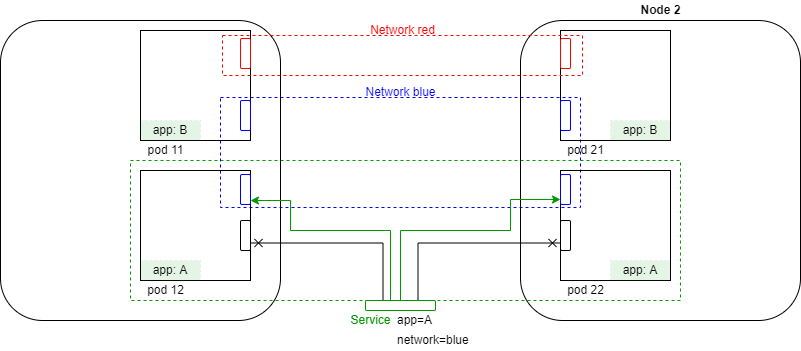
Above: img/multinet/multinet_service.png in projectcalico/vpp-dataplane (draw.io), before the change. Source tidied: cells renumbered, new cells last; positions are measured from the earlier drawing's top-left corner, leaving out a move shared by most shapes. Its diagram source:
```xml
<mxGraphModel>
  <root>
    <mxCell id="0" />
    <mxCell id="1" parent="0" />
    <mxCell id="2" style="rounded=0;whiteSpace=wrap;html=1;labelBackgroundColor=none;labelBorderColor=none;fontColor=none;strokeColor=#009900;fillColor=none;dashed=1;" parent="1" vertex="1">
      <mxGeometry x="130" y="160" width="550" height="140" as="geometry" />
    </mxCell>
    <mxCell id="3" style="rounded=0;whiteSpace=wrap;html=1;labelBackgroundColor=none;labelBorderColor=none;fontColor=none;strokeColor=#0000FF;fillColor=none;dashed=1;" parent="1" vertex="1">
      <mxGeometry x="220" y="97" width="360" height="110" as="geometry" />
    </mxCell>
    <mxCell id="4" style="rounded=1;whiteSpace=wrap;html=1;fillColor=none;" parent="1" vertex="1">
      <mxGeometry y="20" width="280" height="300" as="geometry" />
    </mxCell>
    <mxCell id="5" style="rounded=1;whiteSpace=wrap;html=1;fillColor=none;" parent="1" vertex="1">
      <mxGeometry x="520" y="20" width="280" height="300" as="geometry" />
    </mxCell>
    <mxCell id="6" value="Node 2" style="text;html=1;align=center;verticalAlign=middle;strokeColor=none;fillColor=none;fontStyle=1;fontSize=12;" parent="1" vertex="1">
      <mxGeometry x="630" width="60" height="20" as="geometry" />
    </mxCell>
    <mxCell id="7" style="whiteSpace=wrap;html=1;fillColor=none;" parent="1" vertex="1">
      <mxGeometry x="140" y="30" width="110" height="110" as="geometry" />
    </mxCell>
    <mxCell id="8" style="whiteSpace=wrap;html=1;fillColor=none;" parent="1" vertex="1">
      <mxGeometry x="140" y="170" width="110" height="110" as="geometry" />
    </mxCell>
    <mxCell id="9" style="whiteSpace=wrap;html=1;fillColor=none;" parent="1" vertex="1">
      <mxGeometry x="560" y="30" width="110" height="110" as="geometry" />
    </mxCell>
    <mxCell id="10" style="rounded=1;whiteSpace=wrap;html=1;fillColor=none;strokeColor=#0000FF;" parent="1" vertex="1">
      <mxGeometry x="240" y="100" width="10" height="30" as="geometry" />
    </mxCell>
    <mxCell id="11" style="rounded=1;whiteSpace=wrap;html=1;fillColor=none;strokeColor=#0000FF;" parent="1" vertex="1">
      <mxGeometry x="240" y="174" width="10" height="30" as="geometry" />
    </mxCell>
    <mxCell id="12" style="rounded=1;whiteSpace=wrap;html=1;fillColor=none;strokeColor=#0000FF;" parent="1" vertex="1">
      <mxGeometry x="560" y="100" width="10" height="30" as="geometry" />
    </mxCell>
    <mxCell id="13" value="&lt;font color=&quot;#0000ff&quot;&gt;Network blue&lt;/font&gt;" style="text;html=1;align=center;verticalAlign=middle;strokeColor=none;fillColor=none;fontColor=none;" parent="1" vertex="1">
      <mxGeometry x="355" y="82" width="90" height="20" as="geometry" />
    </mxCell>
    <mxCell id="14" value="pod 11" style="text;html=1;align=center;verticalAlign=middle;strokeColor=none;fillColor=none;" parent="1" vertex="1">
      <mxGeometry x="140" y="140" width="50" height="20" as="geometry" />
    </mxCell>
    <mxCell id="15" value="pod 12" style="text;html=1;align=center;verticalAlign=middle;strokeColor=none;fillColor=none;" parent="1" vertex="1">
      <mxGeometry x="140" y="280" width="50" height="20" as="geometry" />
    </mxCell>
    <mxCell id="16" value="pod 21" style="text;html=1;align=center;verticalAlign=middle;strokeColor=none;fillColor=none;" parent="1" vertex="1">
      <mxGeometry x="560" y="140" width="50" height="20" as="geometry" />
    </mxCell>
    <mxCell id="17" style="rounded=1;whiteSpace=wrap;html=1;fillColor=none;strokeColor=#FF0000;" parent="1" vertex="1">
      <mxGeometry x="240" y="38" width="10" height="30" as="geometry" />
    </mxCell>
    <mxCell id="18" style="rounded=1;whiteSpace=wrap;html=1;fillColor=none;strokeColor=#FF0000;" parent="1" vertex="1">
      <mxGeometry x="560" y="38" width="10" height="30" as="geometry" />
    </mxCell>
    <mxCell id="19" style="edgeStyle=orthogonalEdgeStyle;rounded=0;jettySize=auto;html=1;exitX=0.75;exitY=0;exitDx=0;exitDy=0;entryX=0;entryY=0.75;entryDx=0;entryDy=0;fontSize=12;fontColor=#009900;endArrow=cross;endFill=0;strokeColor=#000000;" parent="1" edge="1" source="22" target="28">
      <mxGeometry relative="1" as="geometry" />
    </mxCell>
    <mxCell id="20" style="edgeStyle=orthogonalEdgeStyle;rounded=0;jettySize=auto;html=1;exitX=0.25;exitY=0;exitDx=0;exitDy=0;entryX=1;entryY=0.75;entryDx=0;entryDy=0;fontSize=12;fontColor=#009900;endArrow=cross;endFill=0;strokeColor=#000000;" parent="1" edge="1" source="22" target="27">
      <mxGeometry relative="1" as="geometry" />
    </mxCell>
    <mxCell id="21" style="edgeStyle=orthogonalEdgeStyle;rounded=0;jettySize=auto;html=1;exitX=0.5;exitY=0;exitDx=0;exitDy=0;entryX=0;entryY=0.5;entryDx=0;entryDy=0;fontSize=12;fontColor=#009900;endArrow=classic;endFill=1;strokeColor=#009900;" parent="1" edge="1" source="22">
      <mxGeometry relative="1" as="geometry">
        <mxPoint x="560" y="199" as="targetPoint" />
        <Array as="points">
          <mxPoint x="400" y="230" />
          <mxPoint x="510" y="230" />
          <mxPoint x="510" y="199" />
        </Array>
      </mxGeometry>
    </mxCell>
    <mxCell id="22" style="rounded=1;whiteSpace=wrap;html=1;fillColor=none;strokeColor=#009900;" parent="1" vertex="1">
      <mxGeometry x="365" y="300" width="70" height="10" as="geometry" />
    </mxCell>
    <mxCell id="23" value="&lt;font color=&quot;#009900&quot;&gt;Service&lt;/font&gt;" style="text;html=1;align=center;verticalAlign=middle;strokeColor=none;fillColor=none;fontColor=none;" parent="1" vertex="1">
      <mxGeometry x="340" y="310" width="60" height="20" as="geometry" />
    </mxCell>
    <mxCell id="24" style="whiteSpace=wrap;html=1;fillColor=none;" parent="1" vertex="1">
      <mxGeometry x="560" y="170" width="110" height="110" as="geometry" />
    </mxCell>
    <mxCell id="25" value="pod 22" style="text;html=1;align=center;verticalAlign=middle;strokeColor=none;fillColor=none;" parent="1" vertex="1">
      <mxGeometry x="560" y="280" width="50" height="20" as="geometry" />
    </mxCell>
    <mxCell id="26" style="rounded=1;whiteSpace=wrap;html=1;fillColor=none;strokeColor=#0000FF;" parent="1" vertex="1">
      <mxGeometry x="560" y="174" width="10" height="30" as="geometry" />
    </mxCell>
    <mxCell id="27" style="rounded=1;whiteSpace=wrap;html=1;fillColor=none;strokeColor=#000000;" parent="1" vertex="1">
      <mxGeometry x="240" y="220" width="10" height="30" as="geometry" />
    </mxCell>
    <mxCell id="28" style="rounded=1;whiteSpace=wrap;html=1;fillColor=none;strokeColor=#000000;" parent="1" vertex="1">
      <mxGeometry x="560" y="220" width="10" height="30" as="geometry" />
    </mxCell>
    <mxCell id="29" style="edgeStyle=orthogonalEdgeStyle;rounded=0;orthogonalLoop=1;jettySize=auto;html=1;exitX=0.5;exitY=0;exitDx=0;exitDy=0;fontSize=12;fontColor=#009900;endArrow=classic;endFill=1;strokeColor=#009900;" parent="1" edge="1">
      <mxGeometry relative="1" as="geometry">
        <mxPoint x="390" y="300" as="sourcePoint" />
        <mxPoint x="250" y="200" as="targetPoint" />
        <Array as="points">
          <mxPoint x="390" y="230" />
          <mxPoint x="290" y="230" />
          <mxPoint x="290" y="200" />
        </Array>
      </mxGeometry>
    </mxCell>
    <mxCell id="30" value="network=blue" style="text;html=1;align=left;verticalAlign=middle;strokeColor=none;fillColor=none;fontColor=none;" parent="1" vertex="1">
      <mxGeometry x="395" y="330" width="90" height="20" as="geometry" />
    </mxCell>
    <mxCell id="31" value="app: B" style="rounded=0;whiteSpace=wrap;html=1;dashed=1;dashPattern=1 4;labelBackgroundColor=none;labelBorderColor=none;fontSize=12;fontColor=#000000;strokeColor=#000000;fillColor=#009900;gradientColor=none;opacity=10;" parent="1" vertex="1">
      <mxGeometry x="610" y="120" width="60" height="20" as="geometry" />
    </mxCell>
    <mxCell id="32" value="app: B" style="rounded=0;whiteSpace=wrap;html=1;dashed=1;dashPattern=1 4;labelBackgroundColor=none;labelBorderColor=none;fontSize=12;fontColor=#000000;strokeColor=#000000;fillColor=#009900;gradientColor=none;opacity=10;" parent="1" vertex="1">
      <mxGeometry x="140" y="120" width="60" height="20" as="geometry" />
    </mxCell>
    <mxCell id="33" value="app: A" style="rounded=0;whiteSpace=wrap;html=1;dashed=1;dashPattern=1 4;labelBackgroundColor=none;labelBorderColor=none;fontSize=12;fontColor=#000000;strokeColor=#000000;fillColor=#009900;gradientColor=none;opacity=10;" parent="1" vertex="1">
      <mxGeometry x="140" y="260" width="60" height="20" as="geometry" />
    </mxCell>
    <mxCell id="34" value="app: A" style="rounded=0;whiteSpace=wrap;html=1;dashed=1;dashPattern=1 4;labelBackgroundColor=none;labelBorderColor=none;fontSize=12;fontColor=#000000;strokeColor=#000000;fillColor=#009900;gradientColor=none;opacity=10;" parent="1" vertex="1">
      <mxGeometry x="610" y="260" width="60" height="20" as="geometry" />
    </mxCell>
    <mxCell id="35" value="app=A" style="text;html=1;align=left;verticalAlign=middle;strokeColor=none;fillColor=none;fontColor=none;" parent="1" vertex="1">
      <mxGeometry x="395" y="310" width="50" height="20" as="geometry" />
    </mxCell>
    <mxCell id="36" style="rounded=0;whiteSpace=wrap;html=1;labelBackgroundColor=none;labelBorderColor=none;fontColor=none;strokeColor=#FF0000;fillColor=none;dashed=1;" parent="1" vertex="1">
      <mxGeometry x="222" y="35" width="360" height="40" as="geometry" />
    </mxCell>
    <mxCell id="37" value="&lt;font color=&quot;#ff0000&quot;&gt;Network red&lt;/font&gt;" style="text;html=1;align=center;verticalAlign=middle;strokeColor=none;fillColor=none;fontColor=none;" parent="1" vertex="1">
      <mxGeometry x="362" y="20" width="80" height="20" as="geometry" />
    </mxCell>
  </root>
</mxGraphModel>
```
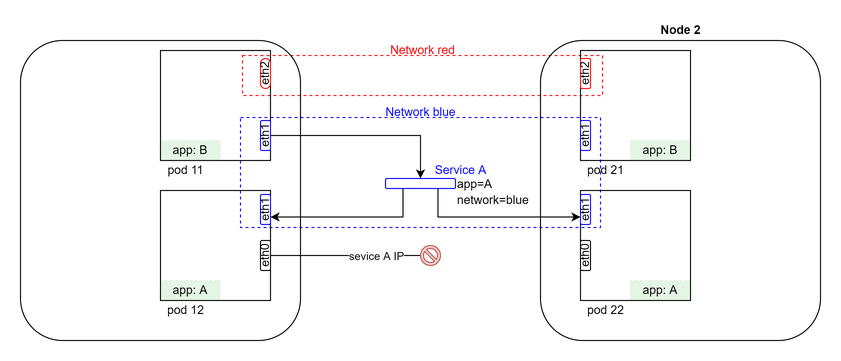
The same diagram one commit later.

Commit message:
improve multinet doc

What changed in the source:
```diff
@@ -2,9 +2,9 @@
   <root>
     <mxCell id="0" />
     <mxCell id="1" parent="0" />
-    <mxCell id="2" style="rounded=0;whiteSpace=wrap;html=1;labelBackgroundColor=none;labelBorderColor=none;fontColor=none;strokeColor=#009900;fillColor=none;dashed=1;" parent="1" vertex="1">
-      <mxGeometry x="130" y="160" width="550" height="140" as="geometry" />
-    </mxCell>
+    <mxCell id="36" style="rounded=0;whiteSpace=wrap;html=1;labelBackgroundColor=none;labelBorderColor=none;fontColor=none;strokeColor=#FF0000;fillColor=none;dashed=1;" parent="1" vertex="1">
+      <mxGeometry x="222" y="35" width="360" height="40" as="geometry" />
+    </mxCell>
     <mxCell id="3" style="rounded=0;whiteSpace=wrap;html=1;labelBackgroundColor=none;labelBorderColor=none;fontColor=none;strokeColor=#0000FF;fillColor=none;dashed=1;" parent="1" vertex="1">
       <mxGeometry x="220" y="97" width="360" height="110" as="geometry" />
     </mxCell>
@@ -26,13 +26,16 @@
     <mxCell id="9" style="whiteSpace=wrap;html=1;fillColor=none;" parent="1" vertex="1">
       <mxGeometry x="560" y="30" width="110" height="110" as="geometry" />
     </mxCell>
+    <mxCell id="38" style="edgeStyle=orthogonalEdgeStyle;rounded=0;jettySize=auto;html=1;exitX=1;exitY=0.5;exitDx=0;exitDy=0;" parent="1" edge="1" source="10" target="22">
+      <mxGeometry relative="1" as="geometry" />
+    </mxCell>
-    <mxCell id="10" style="rounded=1;whiteSpace=wrap;html=1;fillColor=none;strokeColor=#0000FF;" parent="1" vertex="1">
+    <mxCell id="10" value="eth1" style="rounded=1;whiteSpace=wrap;html=1;fillColor=none;strokeColor=#0000FF;horizontal=0;" parent="1" vertex="1">
       <mxGeometry x="240" y="100" width="10" height="30" as="geometry" />
     </mxCell>
-    <mxCell id="11" style="rounded=1;whiteSpace=wrap;html=1;fillColor=none;strokeColor=#0000FF;" parent="1" vertex="1">
+    <mxCell id="11" value="eth1" style="rounded=1;whiteSpace=wrap;html=1;fillColor=none;strokeColor=#0000FF;horizontal=0;" parent="1" vertex="1">
       <mxGeometry x="240" y="174" width="10" height="30" as="geometry" />
     </mxCell>
-    <mxCell id="12" style="rounded=1;whiteSpace=wrap;html=1;fillColor=none;strokeColor=#0000FF;" parent="1" vertex="1">
+    <mxCell id="12" value="eth1" style="rounded=1;whiteSpace=wrap;html=1;fillColor=none;strokeColor=#0000FF;horizontal=0;" parent="1" vertex="1">
       <mxGeometry x="560" y="100" width="10" height="30" as="geometry" />
     </mxCell>
     <mxCell id="13" value="&lt;font color=&quot;#0000ff&quot;&gt;Network blue&lt;/font&gt;" style="text;html=1;align=center;verticalAlign=middle;strokeColor=none;fillColor=none;fontColor=none;" parent="1" vertex="1">
@@ -47,33 +50,23 @@
     <mxCell id="16" value="pod 21" style="text;html=1;align=center;verticalAlign=middle;strokeColor=none;fillColor=none;" parent="1" vertex="1">
       <mxGeometry x="560" y="140" width="50" height="20" as="geometry" />
     </mxCell>
-    <mxCell id="17" style="rounded=1;whiteSpace=wrap;html=1;fillColor=none;strokeColor=#FF0000;" parent="1" vertex="1">
+    <mxCell id="17" value="eth2" style="rounded=1;whiteSpace=wrap;html=1;fillColor=none;strokeColor=#FF0000;horizontal=0;arcSize=50;" parent="1" vertex="1">
       <mxGeometry x="240" y="38" width="10" height="30" as="geometry" />
     </mxCell>
-    <mxCell id="18" style="rounded=1;whiteSpace=wrap;html=1;fillColor=none;strokeColor=#FF0000;" parent="1" vertex="1">
+    <mxCell id="18" value="eth2" style="rounded=1;whiteSpace=wrap;html=1;fillColor=none;strokeColor=#FF0000;horizontal=0;" parent="1" vertex="1">
       <mxGeometry x="560" y="38" width="10" height="30" as="geometry" />
     </mxCell>
-    <mxCell id="19" style="edgeStyle=orthogonalEdgeStyle;rounded=0;jettySize=auto;html=1;exitX=0.75;exitY=0;exitDx=0;exitDy=0;entryX=0;entryY=0.75;entryDx=0;entryDy=0;fontSize=12;fontColor=#009900;endArrow=cross;endFill=0;strokeColor=#000000;" parent="1" edge="1" source="22" target="28">
-      <mxGeometry relative="1" as="geometry" />
-    </mxCell>
-    <mxCell id="20" style="edgeStyle=orthogonalEdgeStyle;rounded=0;jettySize=auto;html=1;exitX=0.25;exitY=0;exitDx=0;exitDy=0;entryX=1;entryY=0.75;entryDx=0;entryDy=0;fontSize=12;fontColor=#009900;endArrow=cross;endFill=0;strokeColor=#000000;" parent="1" edge="1" source="22" target="27">
-      <mxGeometry relative="1" as="geometry" />
-    </mxCell>
-    <mxCell id="21" style="edgeStyle=orthogonalEdgeStyle;rounded=0;jettySize=auto;html=1;exitX=0.5;exitY=0;exitDx=0;exitDy=0;entryX=0;entryY=0.5;entryDx=0;entryDy=0;fontSize=12;fontColor=#009900;endArrow=classic;endFill=1;strokeColor=#009900;" parent="1" edge="1" source="22">
-      <mxGeometry relative="1" as="geometry">
-        <mxPoint x="560" y="199" as="targetPoint" />
-        <Array as="points">
-          <mxPoint x="400" y="230" />
-          <mxPoint x="510" y="230" />
-          <mxPoint x="510" y="199" />
-        </Array>
-      </mxGeometry>
-    </mxCell>
+    <mxCell id="39" style="edgeStyle=orthogonalEdgeStyle;rounded=0;jettySize=auto;html=1;exitX=0.75;exitY=1;exitDx=0;exitDy=0;entryX=0;entryY=0.75;entryDx=0;entryDy=0;" parent="1" edge="1" source="22" target="26">
+      <mxGeometry relative="1" as="geometry" />
+    </mxCell>
+    <mxCell id="40" style="edgeStyle=orthogonalEdgeStyle;rounded=0;jettySize=auto;html=1;exitX=0.25;exitY=1;exitDx=0;exitDy=0;entryX=1;entryY=0.75;entryDx=0;entryDy=0;" parent="1" edge="1" source="22" target="11">
+      <mxGeometry relative="1" as="geometry" />
+    </mxCell>
-    <mxCell id="22" style="rounded=1;whiteSpace=wrap;html=1;fillColor=none;strokeColor=#009900;" parent="1" vertex="1">
-      <mxGeometry x="365" y="300" width="70" height="10" as="geometry" />
+    <mxCell id="22" style="rounded=1;whiteSpace=wrap;html=1;fillColor=none;strokeColor=#0000FF;" parent="1" vertex="1">
+      <mxGeometry x="365" y="158" width="70" height="10" as="geometry" />
     </mxCell>
-    <mxCell id="23" value="&lt;font color=&quot;#009900&quot;&gt;Service&lt;/font&gt;" style="text;html=1;align=center;verticalAlign=middle;strokeColor=none;fillColor=none;fontColor=none;" parent="1" vertex="1">
-      <mxGeometry x="340" y="310" width="60" height="20" as="geometry" />
+    <mxCell id="23" value="&lt;font color=&quot;#0000ff&quot;&gt;Service A&lt;/font&gt;" style="text;html=1;align=center;verticalAlign=middle;strokeColor=none;fillColor=none;fontColor=none;" parent="1" vertex="1">
+      <mxGeometry x="405" y="135" width="70" height="30" as="geometry" />
     </mxCell>
     <mxCell id="24" style="whiteSpace=wrap;html=1;fillColor=none;" parent="1" vertex="1">
       <mxGeometry x="560" y="170" width="110" height="110" as="geometry" />
@@ -81,28 +74,27 @@
     <mxCell id="25" value="pod 22" style="text;html=1;align=center;verticalAlign=middle;strokeColor=none;fillColor=none;" parent="1" vertex="1">
       <mxGeometry x="560" y="280" width="50" height="20" as="geometry" />
     </mxCell>
-    <mxCell id="26" style="rounded=1;whiteSpace=wrap;html=1;fillColor=none;strokeColor=#0000FF;" parent="1" vertex="1">
+    <mxCell id="26" value="eth1" style="rounded=1;whiteSpace=wrap;html=1;fillColor=none;strokeColor=#0000FF;horizontal=0;" parent="1" vertex="1">
       <mxGeometry x="560" y="174" width="10" height="30" as="geometry" />
     </mxCell>
+    <mxCell id="41" style="edgeStyle=orthogonalEdgeStyle;rounded=0;jettySize=auto;html=1;exitX=1;exitY=0.5;exitDx=0;exitDy=0;fontColor=#0000FF;endArrow=none;endFill=0;" parent="1" edge="1" source="27">
+      <mxGeometry relative="1" as="geometry">
+        <mxPoint x="400" y="235" as="targetPoint" />
+      </mxGeometry>
+    </mxCell>
+    <mxCell id="42" value="&lt;font color=&quot;#000000&quot;&gt;sevice A IP&lt;/font&gt;" style="edgeLabel;html=1;align=center;verticalAlign=middle;fontColor=#0000FF;" parent="41" vertex="1">
+      <mxGeometry x="0.65" relative="1" as="geometry">
+        <mxPoint x="-19" as="offset" />
+      </mxGeometry>
+    </mxCell>
-    <mxCell id="27" style="rounded=1;whiteSpace=wrap;html=1;fillColor=none;strokeColor=#000000;" parent="1" vertex="1">
+    <mxCell id="27" value="eth0" style="rounded=1;whiteSpace=wrap;html=1;fillColor=none;strokeColor=#000000;horizontal=0;" parent="1" vertex="1">
       <mxGeometry x="240" y="220" width="10" height="30" as="geometry" />
     </mxCell>
-    <mxCell id="28" style="rounded=1;whiteSpace=wrap;html=1;fillColor=none;strokeColor=#000000;" parent="1" vertex="1">
+    <mxCell id="28" value="eth0" style="rounded=1;whiteSpace=wrap;html=1;fillColor=none;strokeColor=#000000;horizontal=0;" parent="1" vertex="1">
       <mxGeometry x="560" y="220" width="10" height="30" as="geometry" />
     </mxCell>
-    <mxCell id="29" style="edgeStyle=orthogonalEdgeStyle;rounded=0;orthogonalLoop=1;jettySize=auto;html=1;exitX=0.5;exitY=0;exitDx=0;exitDy=0;fontSize=12;fontColor=#009900;endArrow=classic;endFill=1;strokeColor=#009900;" parent="1" edge="1">
-      <mxGeometry relative="1" as="geometry">
-        <mxPoint x="390" y="300" as="sourcePoint" />
-        <mxPoint x="250" y="200" as="targetPoint" />
-        <Array as="points">
-          <mxPoint x="390" y="230" />
-          <mxPoint x="290" y="230" />
-          <mxPoint x="290" y="200" />
-        </Array>
-      </mxGeometry>
-    </mxCell>
     <mxCell id="30" value="network=blue" style="text;html=1;align=left;verticalAlign=middle;strokeColor=none;fillColor=none;fontColor=none;" parent="1" vertex="1">
-      <mxGeometry x="395" y="330" width="90" height="20" as="geometry" />
+      <mxGeometry x="435" y="170" width="90" height="20" as="geometry" />
     </mxCell>
     <mxCell id="31" value="app: B" style="rounded=0;whiteSpace=wrap;html=1;dashed=1;dashPattern=1 4;labelBackgroundColor=none;labelBorderColor=none;fontSize=12;fontColor=#000000;strokeColor=#000000;fillColor=#009900;gradientColor=none;opacity=10;" parent="1" vertex="1">
       <mxGeometry x="610" y="120" width="60" height="20" as="geometry" />
@@ -117,13 +109,13 @@
       <mxGeometry x="610" y="260" width="60" height="20" as="geometry" />
     </mxCell>
     <mxCell id="35" value="app=A" style="text;html=1;align=left;verticalAlign=middle;strokeColor=none;fillColor=none;fontColor=none;" parent="1" vertex="1">
-      <mxGeometry x="395" y="310" width="50" height="20" as="geometry" />
+      <mxGeometry x="435" y="154" width="50" height="20" as="geometry" />
     </mxCell>
-    <mxCell id="36" style="rounded=0;whiteSpace=wrap;html=1;labelBackgroundColor=none;labelBorderColor=none;fontColor=none;strokeColor=#FF0000;fillColor=none;dashed=1;" parent="1" vertex="1">
-      <mxGeometry x="222" y="35" width="360" height="40" as="geometry" />
-    </mxCell>
     <mxCell id="37" value="&lt;font color=&quot;#ff0000&quot;&gt;Network red&lt;/font&gt;" style="text;html=1;align=center;verticalAlign=middle;strokeColor=none;fillColor=none;fontColor=none;" parent="1" vertex="1">
       <mxGeometry x="362" y="20" width="80" height="20" as="geometry" />
     </mxCell>
+    <mxCell id="43" style="verticalLabelPosition=bottom;verticalAlign=top;html=1;shape=mxgraph.basic.no_symbol;strokeColor=#b85450;fillColor=#f8cecc;" parent="1" vertex="1">
+      <mxGeometry x="400" y="225" width="20" height="20" as="geometry" />
+    </mxCell>
   </root>
 </mxGraphModel>
```
